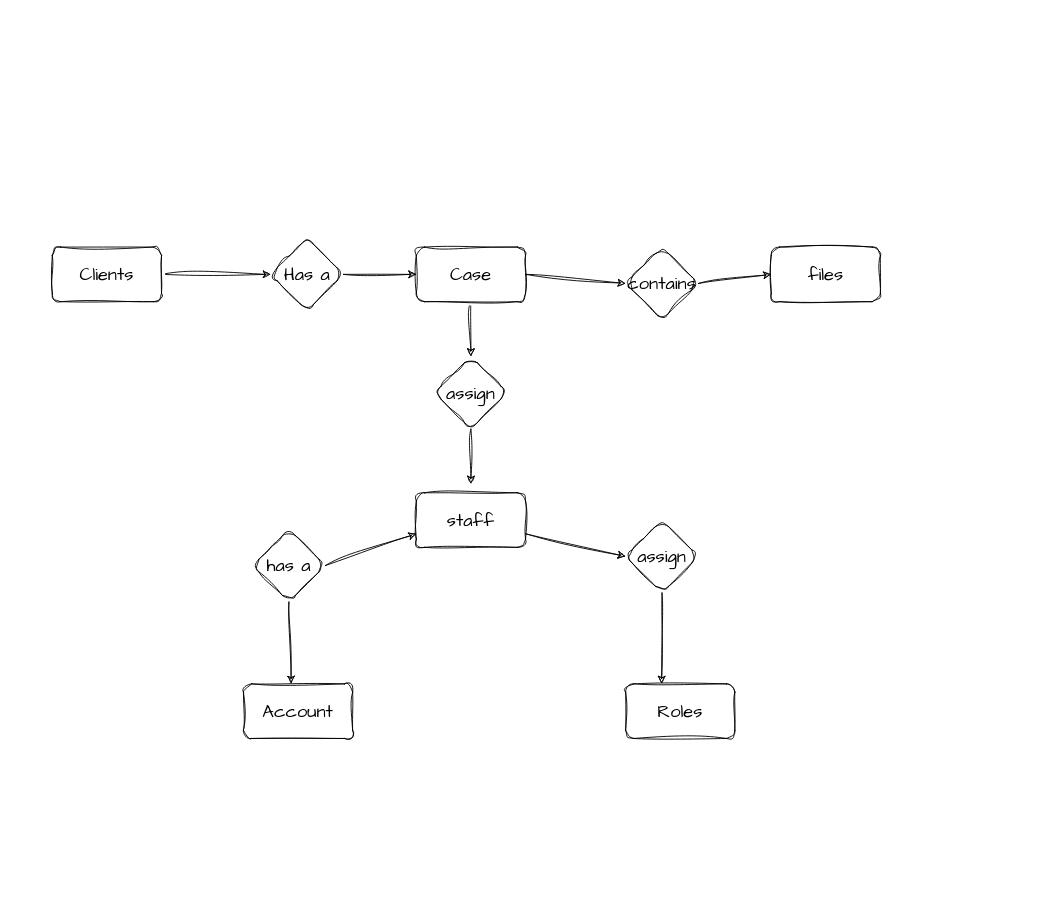
Before: Python /2-SQL/week1/project1/lpms.drawio in chiche-ds/NucampFolder, a draw.io diagram. Source tidied: cells renumbered, new cells numbered last; positions are measured from the earlier drawing's top-left corner, leaving out a move shared by most shapes. Both pictures are drawn from the tidied source at 91%, with x=0, y=0 at pixel (52, 238).
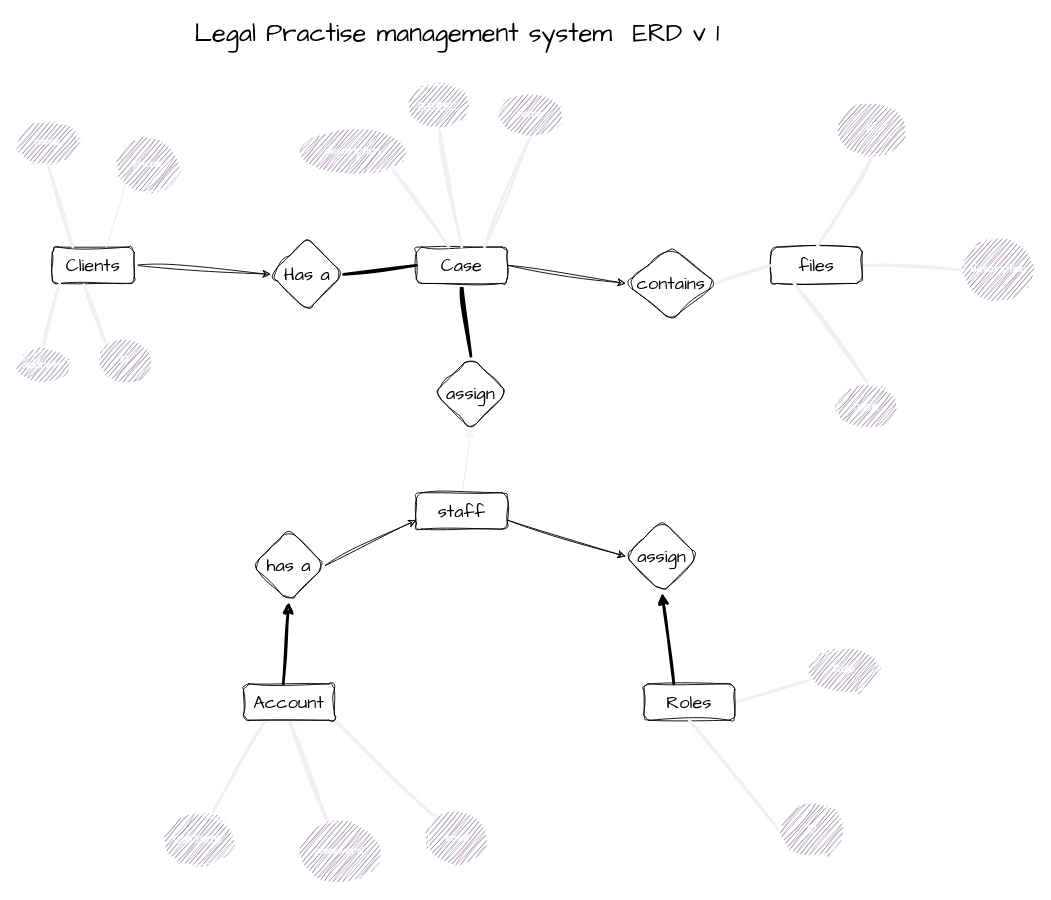
The same page after the edit.

The change refers to these unchanged cells:
```xml
<mxCell id="13" value="Has a" style="rhombus;whiteSpace=wrap;html=1;hachureGap=4;fontFamily=Architects Daughter;fontSize=20;rounded=1;sketch=1;curveFitting=1;jiggle=2;" parent="1" vertex="1">
  <mxGeometry x="240" width="80" height="80" as="geometry" />
</mxCell>
<mxCell id="17" value="assign" style="rhombus;whiteSpace=wrap;html=1;hachureGap=4;fontFamily=Architects Daughter;fontSize=20;rounded=1;sketch=1;curveFitting=1;jiggle=2;" parent="1" vertex="1">
  <mxGeometry x="420" y="130" width="80" height="80" as="geometry" />
</mxCell>
<mxCell id="20" value="has a" style="rhombus;whiteSpace=wrap;html=1;hachureGap=4;fontFamily=Architects Daughter;fontSize=20;rounded=1;sketch=1;curveFitting=1;jiggle=2;" parent="1" vertex="1">
  <mxGeometry x="220" y="320" width="80" height="80" as="geometry" />
</mxCell>
<mxCell id="22" value="assign" style="rhombus;whiteSpace=wrap;html=1;hachureGap=4;fontFamily=Architects Daughter;fontSize=20;rounded=1;sketch=1;curveFitting=1;jiggle=2;" parent="1" vertex="1">
  <mxGeometry x="630" y="310" width="80" height="80" as="geometry" />
</mxCell>
```

Change to the diagram source:
```diff
@@
     <mxCell id="3" value="Clients" style="rounded=1;whiteSpace=wrap;html=1;hachureGap=4;fontFamily=Architects Daughter;fontSize=20;sketch=1;curveFitting=1;jiggle=2;" parent="1" vertex="1">
-      <mxGeometry y="10" width="120" height="60" as="geometry" />
+      <mxGeometry y="10" width="90" height="40" as="geometry" />
     </mxCell>
@@
-    <mxCell id="5" style="edgeStyle=none;hachureGap=4;html=1;exitX=0.5;exitY=1;exitDx=0;exitDy=0;entryX=0.5;entryY=0;entryDx=0;entryDy=0;fontFamily=Architects Daughter;fontSize=16;rounded=1;sketch=1;curveFitting=1;jiggle=2;" parent="1" edge="1" source="6" target="17">
+    <mxCell id="5" style="edgeStyle=none;hachureGap=4;html=1;exitX=0.5;exitY=1;exitDx=0;exitDy=0;entryX=0.5;entryY=0;entryDx=0;entryDy=0;fontFamily=Architects Daughter;fontSize=16;rounded=1;sketch=1;curveFitting=1;jiggle=2;endArrow=none;endFill=0;strokeWidth=3;" parent="1" edge="1" source="6" target="17">
       <mxGeometry relative="1" as="geometry" />
     </mxCell>
     <mxCell id="6" value="Case" style="rounded=1;whiteSpace=wrap;html=1;hachureGap=4;fontFamily=Architects Daughter;fontSize=20;sketch=1;curveFitting=1;jiggle=2;" parent="1" vertex="1">
-      <mxGeometry x="400" y="10" width="120" height="60" as="geometry" />
+      <mxGeometry x="400" y="10" width="100" height="40" as="geometry" />
     </mxCell>
+    <mxCell id="23" style="edgeStyle=none;rounded=1;sketch=1;hachureGap=4;jiggle=2;curveFitting=1;html=1;exitX=1;exitY=0.5;exitDx=0;exitDy=0;entryX=0;entryY=0.5;entryDx=0;entryDy=0;strokeColor=#F0F0F0;strokeWidth=3;fontFamily=Architects Daughter;fontSize=16;startArrow=none;startFill=0;endArrow=none;endFill=0;" parent="1" edge="1" source="7" target="43">
+      <mxGeometry relative="1" as="geometry" />
+    </mxCell>
     <mxCell id="7" value="files" style="rounded=1;whiteSpace=wrap;html=1;hachureGap=4;fontFamily=Architects Daughter;fontSize=20;sketch=1;curveFitting=1;jiggle=2;" parent="1" vertex="1">
-      <mxGeometry x="790" y="10" width="120" height="60" as="geometry" />
+      <mxGeometry x="790" y="10" width="100" height="40" as="geometry" />
     </mxCell>
@@
+    <mxCell id="24" style="edgeStyle=none;rounded=1;sketch=1;hachureGap=4;jiggle=2;curveFitting=1;html=1;exitX=0.5;exitY=0;exitDx=0;exitDy=0;entryX=0.5;entryY=1;entryDx=0;entryDy=0;strokeColor=#F0F0F0;strokeWidth=1;fontFamily=Architects Daughter;fontSize=16;startArrow=none;startFill=0;endArrow=classic;endFill=1;" parent="1" edge="1" source="9" target="17">
+      <mxGeometry relative="1" as="geometry" />
+    </mxCell>
     <mxCell id="9" value="staff" style="rounded=1;whiteSpace=wrap;html=1;hachureGap=4;fontFamily=Architects Daughter;fontSize=20;sketch=1;curveFitting=1;jiggle=2;" parent="1" vertex="1">
-      <mxGeometry x="400" y="280" width="120" height="60" as="geometry" />
+      <mxGeometry x="400" y="280" width="100" height="40" as="geometry" />
     </mxCell>
+    <mxCell id="25" style="edgeStyle=none;rounded=1;sketch=1;hachureGap=4;jiggle=2;curveFitting=1;html=1;exitX=1;exitY=0.5;exitDx=0;exitDy=0;strokeColor=#F0F0F0;strokeWidth=3;fontFamily=Architects Daughter;fontSize=16;startArrow=none;startFill=0;endArrow=none;endFill=0;" parent="1" edge="1" source="10" target="48">
+      <mxGeometry relative="1" as="geometry" />
+    </mxCell>
     <mxCell id="10" value="Roles" style="rounded=1;whiteSpace=wrap;html=1;hachureGap=4;fontFamily=Architects Daughter;fontSize=20;sketch=1;curveFitting=1;jiggle=2;" parent="1" vertex="1">
-      <mxGeometry x="630" y="490" width="120" height="60" as="geometry" />
+      <mxGeometry x="650" y="490" width="100" height="40" as="geometry" />
     </mxCell>
+    <mxCell id="26" style="edgeStyle=none;rounded=1;sketch=1;hachureGap=4;jiggle=2;curveFitting=1;html=1;exitX=0.25;exitY=1;exitDx=0;exitDy=0;strokeColor=#F0F0F0;strokeWidth=3;fontFamily=Architects Daughter;fontSize=16;startArrow=none;startFill=0;endArrow=none;endFill=0;" parent="1" edge="1" source="11" target="49">
+      <mxGeometry relative="1" as="geometry" />
+    </mxCell>
+    <mxCell id="27" style="edgeStyle=none;rounded=1;sketch=1;hachureGap=4;jiggle=2;curveFitting=1;html=1;exitX=0.5;exitY=1;exitDx=0;exitDy=0;strokeColor=#F0F0F0;strokeWidth=3;fontFamily=Architects Daughter;fontSize=16;startArrow=none;startFill=0;endArrow=none;endFill=0;" parent="1" edge="1" source="11" target="50">
+      <mxGeometry relative="1" as="geometry" />
+    </mxCell>
+    <mxCell id="28" style="edgeStyle=none;rounded=1;sketch=1;hachureGap=4;jiggle=2;curveFitting=1;html=1;exitX=1;exitY=1;exitDx=0;exitDy=0;strokeColor=#F0F0F0;strokeWidth=3;fontFamily=Architects Daughter;fontSize=16;startArrow=none;startFill=0;endArrow=none;endFill=0;" parent="1" edge="1" source="11" target="51">
+      <mxGeometry relative="1" as="geometry" />
+    </mxCell>
     <mxCell id="11" value="Account" style="rounded=1;whiteSpace=wrap;html=1;hachureGap=4;fontFamily=Architects Daughter;fontSize=20;sketch=1;curveFitting=1;jiggle=2;" parent="1" vertex="1">
-      <mxGeometry x="210" y="490" width="120" height="60" as="geometry" />
+      <mxGeometry x="210" y="490" width="100" height="40" as="geometry" />
     </mxCell>
-    <mxCell id="12" style="edgeStyle=none;hachureGap=4;html=1;exitX=1;exitY=0.5;exitDx=0;exitDy=0;entryX=0;entryY=0.5;entryDx=0;entryDy=0;fontFamily=Architects Daughter;fontSize=16;rounded=1;sketch=1;curveFitting=1;jiggle=2;" parent="1" edge="1" source="13" target="6">
+    <mxCell id="12" style="edgeStyle=none;rounded=1;sketch=1;hachureGap=4;jiggle=2;curveFitting=1;html=1;exitX=1;exitY=0.5;exitDx=0;exitDy=0;entryX=0;entryY=0.5;entryDx=0;entryDy=0;strokeWidth=3;fontFamily=Architects Daughter;fontSize=16;startArrow=none;startFill=0;endArrow=none;endFill=0;" parent="1" edge="1" source="13" target="6">
       <mxGeometry relative="1" as="geometry" />
     </mxCell>
@@
-    <mxCell id="14" style="edgeStyle=none;hachureGap=4;html=1;exitX=1;exitY=0.5;exitDx=0;exitDy=0;entryX=0;entryY=0.5;entryDx=0;entryDy=0;fontFamily=Architects Daughter;fontSize=16;rounded=1;sketch=1;curveFitting=1;jiggle=2;" parent="1" edge="1" source="15" target="7">
+    <mxCell id="14" style="edgeStyle=none;hachureGap=4;html=1;exitX=1;exitY=0.5;exitDx=0;exitDy=0;entryX=0;entryY=0.5;entryDx=0;entryDy=0;fontFamily=Architects Daughter;fontSize=16;rounded=1;sketch=1;curveFitting=1;jiggle=2;endArrow=none;endFill=0;strokeColor=#F0F0F0;strokeWidth=3;" parent="1" edge="1" source="15" target="7">
       <mxGeometry relative="1" as="geometry" />
     </mxCell>
     <mxCell id="15" value="contains" style="rhombus;whiteSpace=wrap;html=1;hachureGap=4;fontFamily=Architects Daughter;fontSize=20;rounded=1;sketch=1;curveFitting=1;jiggle=2;" parent="1" vertex="1">
-      <mxGeometry x="630" y="10" width="80" height="80" as="geometry" />
+      <mxGeometry x="630" y="10" width="100" height="80" as="geometry" />
     </mxCell>
-    <mxCell id="16" style="edgeStyle=none;hachureGap=4;html=1;exitX=0.5;exitY=1;exitDx=0;exitDy=0;fontFamily=Architects Daughter;fontSize=16;rounded=1;sketch=1;curveFitting=1;jiggle=2;" parent="1" edge="1" source="17">
-      <mxGeometry relative="1" as="geometry">
-        <mxPoint x="460" y="270" as="targetPoint" />
-      </mxGeometry>
-    </mxCell>
@@
-    <mxCell id="19" style="edgeStyle=none;hachureGap=4;html=1;exitX=0.5;exitY=1;exitDx=0;exitDy=0;entryX=0.438;entryY=-0.003;entryDx=0;entryDy=0;entryPerimeter=0;fontFamily=Architects Daughter;fontSize=16;rounded=1;sketch=1;curveFitting=1;jiggle=2;" parent="1" edge="1" source="20" target="11">
+    <mxCell id="19" style="edgeStyle=none;hachureGap=4;html=1;exitX=0.5;exitY=1;exitDx=0;exitDy=0;entryX=0.438;entryY=-0.003;entryDx=0;entryDy=0;entryPerimeter=0;fontFamily=Architects Daughter;fontSize=16;rounded=1;sketch=1;curveFitting=1;jiggle=2;startArrow=classic;startFill=1;endArrow=none;endFill=0;strokeWidth=3;" parent="1" edge="1" source="20" target="11">
       <mxGeometry relative="1" as="geometry" />
     </mxCell>
@@
-    <mxCell id="21" style="edgeStyle=none;hachureGap=4;html=1;exitX=0.5;exitY=1;exitDx=0;exitDy=0;entryX=0.33;entryY=-0.003;entryDx=0;entryDy=0;entryPerimeter=0;fontFamily=Architects Daughter;fontSize=16;rounded=1;sketch=1;curveFitting=1;jiggle=2;" parent="1" edge="1" source="22" target="10">
+    <mxCell id="21" style="edgeStyle=none;hachureGap=4;html=1;exitX=0.5;exitY=1;exitDx=0;exitDy=0;entryX=0.33;entryY=-0.003;entryDx=0;entryDy=0;entryPerimeter=0;fontFamily=Architects Daughter;fontSize=16;rounded=1;sketch=1;curveFitting=1;jiggle=2;endArrow=none;endFill=0;startArrow=classic;startFill=1;strokeWidth=3;" parent="1" edge="1" source="22" target="10">
       <mxGeometry relative="1" as="geometry" />
     </mxCell>
@@
+    <mxCell id="29" style="edgeStyle=none;rounded=1;sketch=1;hachureGap=4;jiggle=2;curveFitting=1;html=1;exitX=0;exitY=1;exitDx=0;exitDy=0;entryX=0.66;entryY=0.003;entryDx=0;entryDy=0;entryPerimeter=0;strokeColor=#F0F0F0;strokeWidth=1;fontFamily=Architects Daughter;fontSize=16;startArrow=none;startFill=0;endArrow=none;endFill=0;" parent="1" edge="1" source="30" target="3">
+      <mxGeometry relative="1" as="geometry" />
+    </mxCell>
+    <mxCell id="30" value="phone" style="ellipse;whiteSpace=wrap;html=1;rounded=1;sketch=1;hachureGap=4;jiggle=2;curveFitting=1;fontFamily=Architects Daughter;fontSize=12;fillColor=#76608a;fontColor=#ffffff;strokeColor=#FFFFFF;fontStyle=1;" parent="1" vertex="1">
+      <mxGeometry x="70" y="-110" width="70" height="60" as="geometry" />
+    </mxCell>
+    <mxCell id="31" style="edgeStyle=none;rounded=1;sketch=1;hachureGap=4;jiggle=2;curveFitting=1;html=1;exitX=0.5;exitY=1;exitDx=0;exitDy=0;entryX=0.25;entryY=0;entryDx=0;entryDy=0;strokeColor=#F0F0F0;strokeWidth=3;fontFamily=Architects Daughter;fontSize=16;startArrow=none;startFill=0;endArrow=none;endFill=0;" parent="1" edge="1" source="32" target="3">
+      <mxGeometry relative="1" as="geometry" />
+    </mxCell>
+    <mxCell id="32" value="name" style="ellipse;whiteSpace=wrap;html=1;rounded=1;sketch=1;hachureGap=4;jiggle=2;curveFitting=1;fontFamily=Architects Daughter;fontSize=12;fillColor=#76608a;fontColor=#ffffff;strokeColor=#FFFFFF;fontStyle=1;" parent="1" vertex="1">
+      <mxGeometry x="-40" y="-130" width="70" height="50" as="geometry" />
+    </mxCell>
+    <mxCell id="33" style="edgeStyle=none;rounded=1;sketch=1;hachureGap=4;jiggle=2;curveFitting=1;html=1;exitX=0.5;exitY=0;exitDx=0;exitDy=0;entryX=0.091;entryY=0.983;entryDx=0;entryDy=0;entryPerimeter=0;strokeColor=#F0F0F0;strokeWidth=3;fontFamily=Architects Daughter;fontSize=16;startArrow=none;startFill=0;endArrow=none;endFill=0;" parent="1" edge="1" source="34" target="3">
+      <mxGeometry relative="1" as="geometry" />
+    </mxCell>
+    <mxCell id="34" value="address" style="ellipse;whiteSpace=wrap;html=1;rounded=1;sketch=1;hachureGap=4;jiggle=2;curveFitting=1;fontFamily=Architects Daughter;fontSize=12;fillColor=#76608a;fontColor=#ffffff;strokeColor=#FFFFFF;fontStyle=1;" parent="1" vertex="1">
+      <mxGeometry x="-40" y="120" width="60" height="40" as="geometry" />
+    </mxCell>
+    <mxCell id="35" style="edgeStyle=none;rounded=1;sketch=1;hachureGap=4;jiggle=2;curveFitting=1;html=1;exitX=0.5;exitY=1;exitDx=0;exitDy=0;entryX=0.5;entryY=0;entryDx=0;entryDy=0;strokeColor=#F0F0F0;strokeWidth=3;fontFamily=Architects Daughter;fontSize=16;startArrow=none;startFill=0;endArrow=none;endFill=0;" parent="1" edge="1" source="36" target="6">
+      <mxGeometry relative="1" as="geometry" />
+    </mxCell>
+    <mxCell id="36" value="number&amp;nbsp;" style="ellipse;whiteSpace=wrap;html=1;rounded=1;sketch=1;hachureGap=4;jiggle=2;curveFitting=1;fontFamily=Architects Daughter;fontSize=12;fillColor=#76608a;fontColor=#ffffff;strokeColor=#FFFFFF;fontStyle=5;" parent="1" vertex="1">
+      <mxGeometry x="390" y="-170" width="70" height="50" as="geometry" />
+    </mxCell>
+    <mxCell id="37" style="edgeStyle=none;rounded=1;sketch=1;hachureGap=4;jiggle=2;curveFitting=1;html=1;exitX=0.5;exitY=1;exitDx=0;exitDy=0;entryX=0.75;entryY=0;entryDx=0;entryDy=0;strokeColor=#F0F0F0;strokeWidth=3;fontFamily=Architects Daughter;fontSize=16;startArrow=none;startFill=0;endArrow=none;endFill=0;" parent="1" edge="1" source="38" target="6">
+      <mxGeometry relative="1" as="geometry" />
+    </mxCell>
+    <mxCell id="38" value="name" style="ellipse;whiteSpace=wrap;html=1;rounded=1;sketch=1;hachureGap=4;jiggle=2;curveFitting=1;fontFamily=Architects Daughter;fontSize=12;fillColor=#76608a;fontColor=#ffffff;strokeColor=#FFFFFF;fontStyle=1;" parent="1" vertex="1">
+      <mxGeometry x="490" y="-160" width="70" height="50" as="geometry" />
+    </mxCell>
+    <mxCell id="39" style="edgeStyle=none;rounded=1;sketch=1;hachureGap=4;jiggle=2;curveFitting=1;html=1;exitX=1;exitY=1;exitDx=0;exitDy=0;strokeColor=#F0F0F0;strokeWidth=3;fontFamily=Architects Daughter;fontSize=16;startArrow=none;startFill=0;endArrow=none;endFill=0;" parent="1" edge="1" source="40" target="6">
+      <mxGeometry relative="1" as="geometry" />
+    </mxCell>
+    <mxCell id="40" value="description" style="ellipse;whiteSpace=wrap;html=1;rounded=1;sketch=1;hachureGap=4;jiggle=2;curveFitting=1;fontFamily=Architects Daughter;fontSize=12;fillColor=#76608a;fontColor=#ffffff;strokeColor=#FFFFFF;fontStyle=1;" parent="1" vertex="1">
+      <mxGeometry x="270" y="-120" width="120" height="50" as="geometry" />
+    </mxCell>
+    <mxCell id="41" style="edgeStyle=none;rounded=1;sketch=1;hachureGap=4;jiggle=2;curveFitting=1;html=1;exitX=0.5;exitY=1;exitDx=0;exitDy=0;entryX=0.5;entryY=0;entryDx=0;entryDy=0;strokeColor=#F0F0F0;strokeWidth=3;fontFamily=Architects Daughter;fontSize=16;startArrow=none;startFill=0;endArrow=none;endFill=0;" parent="1" edge="1" source="42" target="7">
+      <mxGeometry relative="1" as="geometry" />
+    </mxCell>
+    <mxCell id="42" value="&lt;u style=&quot;font-size: 12px;&quot;&gt;ID&lt;/u&gt;" style="ellipse;whiteSpace=wrap;html=1;rounded=1;sketch=1;hachureGap=4;jiggle=2;curveFitting=1;fontFamily=Architects Daughter;fontSize=12;perimeterSpacing=2;strokeWidth=1;fillColor=#76608a;fontColor=#ffffff;strokeColor=#FFFFFF;fontStyle=1;" parent="1" vertex="1">
+      <mxGeometry x="860" y="-150" width="80" height="60" as="geometry" />
+    </mxCell>
+    <mxCell id="43" value="description" style="ellipse;whiteSpace=wrap;html=1;rounded=1;sketch=1;hachureGap=4;jiggle=2;curveFitting=1;fontFamily=Architects Daughter;fontSize=12;perimeterSpacing=2;strokeWidth=1;fillColor=#76608a;fontColor=#ffffff;strokeColor=#FFFFFF;fontStyle=1;" parent="1" vertex="1">
+      <mxGeometry x="1000" width="80" height="70" as="geometry" />
+    </mxCell>
+    <mxCell id="44" style="edgeStyle=none;rounded=1;sketch=1;hachureGap=4;jiggle=2;curveFitting=1;html=1;exitX=0.5;exitY=0;exitDx=0;exitDy=0;entryX=0.25;entryY=1;entryDx=0;entryDy=0;strokeColor=#F0F0F0;strokeWidth=3;fontFamily=Architects Daughter;fontSize=16;startArrow=none;startFill=0;endArrow=none;endFill=0;" parent="1" edge="1" source="45" target="7">
+      <mxGeometry relative="1" as="geometry" />
+    </mxCell>
+    <mxCell id="45" value="name" style="ellipse;whiteSpace=wrap;html=1;rounded=1;sketch=1;hachureGap=4;jiggle=2;curveFitting=1;fontFamily=Architects Daughter;fontSize=12;perimeterSpacing=2;strokeWidth=1;fillColor=#76608a;fontColor=#ffffff;strokeColor=#FFFFFF;fontStyle=5;" parent="1" vertex="1">
+      <mxGeometry x="860" y="160" width="70" height="50" as="geometry" />
+    </mxCell>
+    <mxCell id="46" style="edgeStyle=none;rounded=1;sketch=1;hachureGap=4;jiggle=2;curveFitting=1;html=1;exitX=0;exitY=0.5;exitDx=0;exitDy=0;entryX=0.5;entryY=1;entryDx=0;entryDy=0;strokeColor=#F0F0F0;strokeWidth=3;fontFamily=Architects Daughter;fontSize=16;startArrow=none;startFill=0;endArrow=none;endFill=0;" parent="1" edge="1" source="47" target="10">
+      <mxGeometry relative="1" as="geometry" />
+    </mxCell>
+    <mxCell id="47" value="&lt;u style=&quot;font-size: 12px;&quot;&gt;ID&lt;/u&gt;" style="ellipse;whiteSpace=wrap;html=1;rounded=1;sketch=1;hachureGap=4;jiggle=2;curveFitting=1;fontFamily=Architects Daughter;fontSize=12;perimeterSpacing=2;strokeWidth=1;fillColor=#76608a;fontColor=#ffffff;strokeColor=#FFFFFF;fontStyle=1;" parent="1" vertex="1">
+      <mxGeometry x="800" y="620" width="70" height="60" as="geometry" />
+    </mxCell>
+    <mxCell id="48" value="Role" style="ellipse;whiteSpace=wrap;html=1;rounded=1;sketch=1;hachureGap=4;jiggle=2;curveFitting=1;fontFamily=Architects Daughter;fontSize=12;perimeterSpacing=2;strokeWidth=1;fillColor=#76608a;fontColor=#ffffff;strokeColor=#FFFFFF;fontStyle=1;" parent="1" vertex="1">
+      <mxGeometry x="830" y="450" width="80" height="50" as="geometry" />
+    </mxCell>
+    <mxCell id="49" value="&lt;u style=&quot;font-size: 12px;&quot;&gt;username&lt;/u&gt;" style="ellipse;whiteSpace=wrap;html=1;rounded=1;sketch=1;hachureGap=4;jiggle=2;curveFitting=1;fontFamily=Architects Daughter;fontSize=12;perimeterSpacing=2;strokeWidth=1;fillColor=#76608a;fontColor=#ffffff;strokeColor=#FFFFFF;fontStyle=1;" parent="1" vertex="1">
+      <mxGeometry x="120" y="630" width="80" height="60" as="geometry" />
+    </mxCell>
+    <mxCell id="50" value="password" style="ellipse;whiteSpace=wrap;html=1;rounded=1;sketch=1;hachureGap=4;jiggle=2;curveFitting=1;fontFamily=Architects Daughter;fontSize=12;perimeterSpacing=2;strokeWidth=1;fillColor=#76608a;fontColor=#ffffff;strokeColor=#FFFFFF;fontStyle=1;" parent="1" vertex="1">
+      <mxGeometry x="270" y="640" width="90" height="70" as="geometry" />
+    </mxCell>
+    <mxCell id="51" value="email" style="ellipse;whiteSpace=wrap;html=1;rounded=1;sketch=1;hachureGap=4;jiggle=2;curveFitting=1;fontFamily=Architects Daughter;fontSize=12;perimeterSpacing=2;strokeWidth=1;fillColor=#76608a;fontColor=#ffffff;strokeColor=#FFFFFF;fontStyle=1;" parent="1" vertex="1">
+      <mxGeometry x="410" y="630" width="70" height="60" as="geometry" />
+    </mxCell>
+    <mxCell id="52" value="&lt;font style=&quot;font-size: 28px;&quot;&gt;Legal Practise management system&amp;nbsp; ERD v 1&lt;/font&gt;" style="text;html=1;strokeColor=none;fillColor=none;align=center;verticalAlign=middle;whiteSpace=wrap;rounded=0;sketch=1;hachureGap=4;jiggle=2;curveFitting=1;strokeWidth=1;fontFamily=Architects Daughter;fontSize=12;" parent="1" vertex="1">
+      <mxGeometry x="150" y="-240" width="590" height="30" as="geometry" />
+    </mxCell>
+    <mxCell id="53" style="edgeStyle=none;rounded=1;sketch=1;hachureGap=4;jiggle=2;curveFitting=1;html=1;exitX=0;exitY=0;exitDx=0;exitDy=0;entryX=0.386;entryY=1.03;entryDx=0;entryDy=0;entryPerimeter=0;strokeColor=#F0F0F0;strokeWidth=3;fontFamily=Architects Daughter;fontSize=28;startArrow=none;startFill=0;endArrow=none;endFill=0;" parent="1" edge="1" source="54" target="3">
+      <mxGeometry relative="1" as="geometry" />
+    </mxCell>
+    <mxCell id="54" value="ID" style="ellipse;whiteSpace=wrap;html=1;rounded=1;sketch=1;hachureGap=4;jiggle=2;curveFitting=1;fontFamily=Architects Daughter;fontSize=12;fillColor=#76608a;fontColor=#ffffff;strokeColor=#FFFFFF;fontStyle=1;" parent="1" vertex="1">
+      <mxGeometry x="50" y="110" width="60" height="50" as="geometry" />
+    </mxCell>
```
